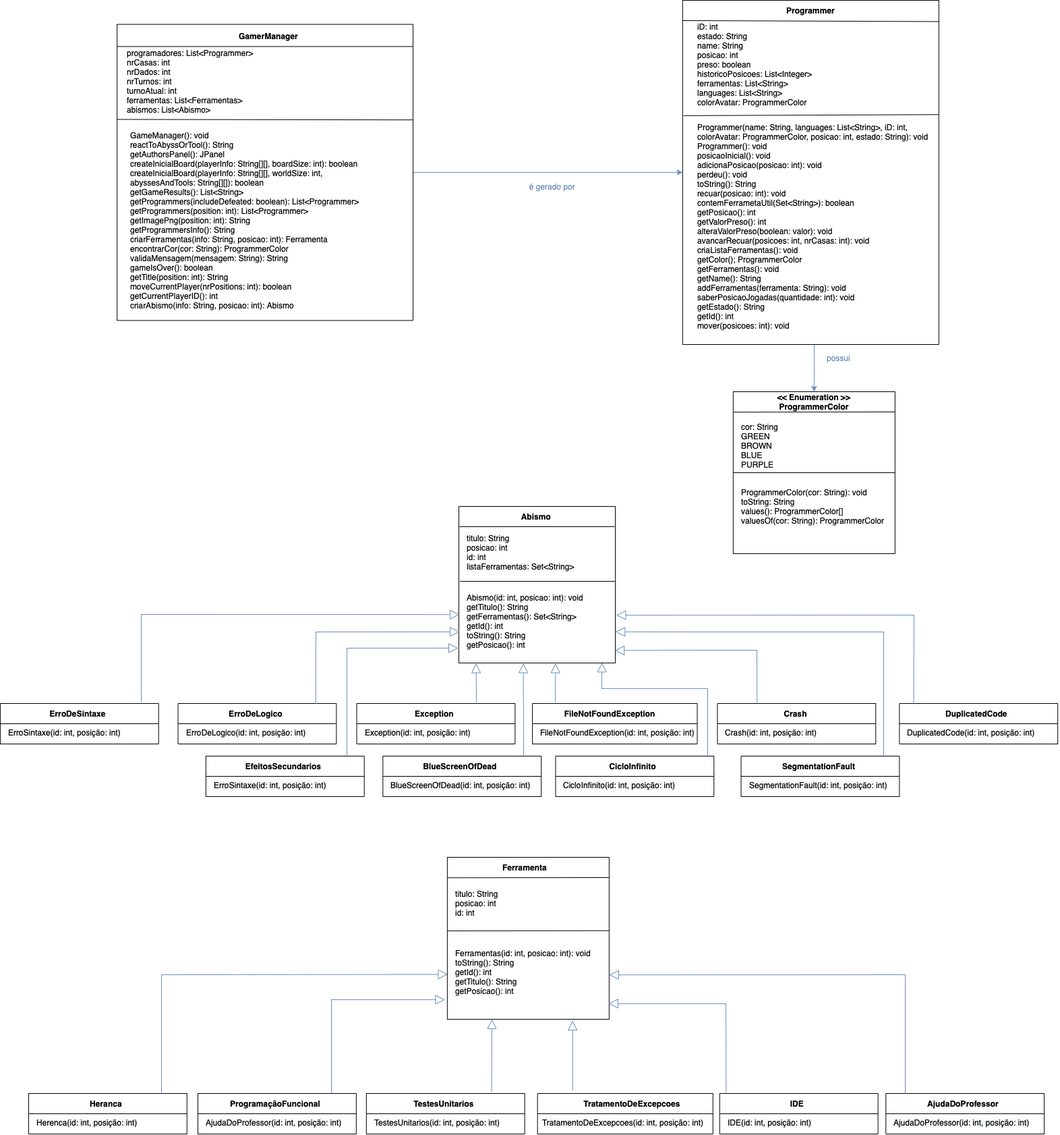
The draw.io diagram diagrama.png in tiagoagueda240/O-Grande-Jogo-do-DEISI, before a commit. Source tidied: cells renumbered, new cells last; positions are measured from the earlier drawing's top-left corner, leaving out a move shared by most shapes.
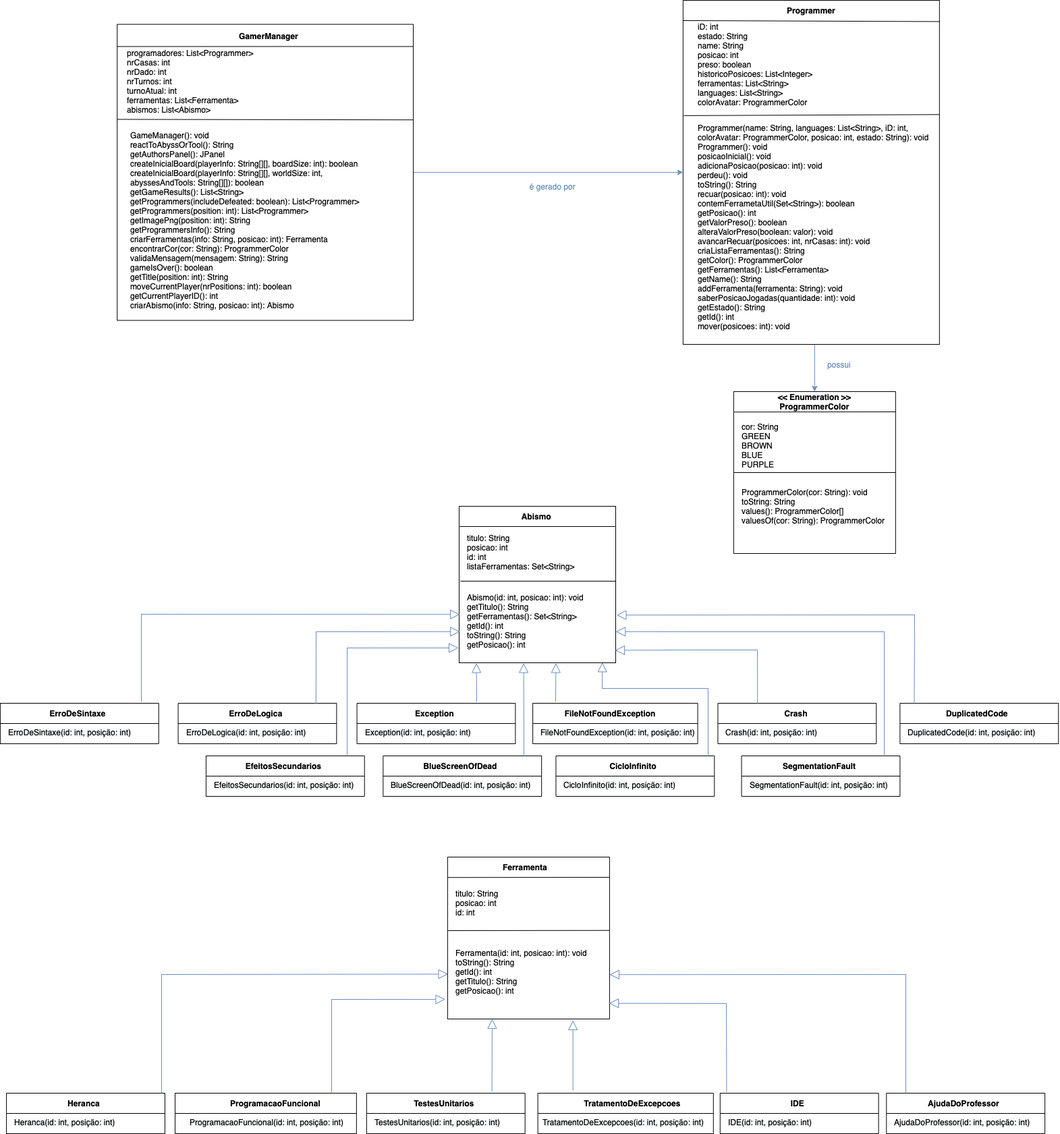
After the commit.

Diff of the diagram source:
```diff
@@ -28,7 +28,7 @@
     <mxCell id="8" value="iD: int&lt;br&gt;estado: String&lt;br&gt;name: String&lt;br&gt;posicao: int&lt;br&gt;preso: boolean&lt;br&gt;historicoPosicoes: List&amp;lt;Integer&amp;gt;&lt;br&gt;ferramentas: List&amp;lt;String&amp;gt;&lt;br&gt;languages: List&amp;lt;String&amp;gt;&lt;br&gt;colorAvatar: ProgrammerColor" style="text;html=1;strokeColor=none;fillColor=none;align=left;verticalAlign=middle;whiteSpace=wrap;rounded=0;" parent="1" vertex="1">
       <mxGeometry x="1031.8" y="50" width="260" height="90" as="geometry" />
     </mxCell>
-    <mxCell id="9" value="Programmer(name: String, languages: List&amp;lt;String&amp;gt;, iD: int, colorAvatar: ProgrammerColor, posicao: int, estado: String): void&lt;br&gt;Programmer(): void&lt;br&gt;posicaoInicial(): void&lt;br&gt;adicionaPosicao(posicao: int): void&lt;br&gt;perdeu(): void&lt;br&gt;toString(): String&lt;br&gt;recuar(posicao: int): void&lt;br&gt;contemFerrametaUtil(Set&amp;lt;String&amp;gt;): boolean&lt;br&gt;getPosicao(): int&lt;br&gt;getValorPreso(): int&lt;br&gt;alteraValorPreso(boolean: valor): void&lt;br&gt;avancarRecuar(posicoes: int, nrCasas: int): void&lt;br&gt;criaListaFerramentas(): void&lt;br&gt;getColor(); ProgrammerColor&lt;br&gt;getFerramentas(): void&lt;br&gt;getName(): String&lt;br&gt;addFerramentas(ferramenta: String): void&lt;br&gt;saberPosicaoJogadas(quantidade: int): void&lt;br&gt;getEstado(): String&lt;br&gt;getId(): int&lt;br&gt;mover(posicoes: int): void" style="text;html=1;strokeColor=none;fillColor=none;align=left;verticalAlign=middle;whiteSpace=wrap;rounded=0;" parent="1" vertex="1">
+    <mxCell id="9" value="Programmer(name: String, languages: List&amp;lt;String&amp;gt;, iD: int, colorAvatar: ProgrammerColor, posicao: int, estado: String): void&lt;br&gt;Programmer(): void&lt;br&gt;posicaoInicial(): void&lt;br&gt;adicionaPosicao(posicao: int): void&lt;br&gt;perdeu(): void&lt;br&gt;toString(): String&lt;br&gt;recuar(posicao: int): void&lt;br&gt;contemFerrametaUtil(Set&amp;lt;String&amp;gt;): boolean&lt;br&gt;getPosicao(): int&lt;br&gt;getValorPreso(): boolean&lt;br&gt;alteraValorPreso(boolean: valor): void&lt;br&gt;avancarRecuar(posicoes: int, nrCasas: int): void&lt;br&gt;criaListaFerramentas(): String&lt;br&gt;getColor(): ProgrammerColor&lt;br&gt;getFerramentas(): List&amp;lt;Ferramenta&amp;gt;&lt;br&gt;getName(): String&lt;br&gt;addFerramenta(ferramenta: String): void&lt;br&gt;saberPosicaoJogadas(quantidade: int): void&lt;br&gt;getEstado(): String&lt;br&gt;getId(): int&lt;br&gt;mover(posicoes: int): void" style="text;html=1;strokeColor=none;fillColor=none;align=left;verticalAlign=middle;whiteSpace=wrap;rounded=0;" parent="1" vertex="1">
       <mxGeometry x="1031.8" y="281" width="350" height="109" as="geometry" />
     </mxCell>
     <mxCell id="10" style="endArrow=none;html=1;rounded=0;entryX=0.999;entryY=0.332;entryDx=0;entryDy=0;entryPerimeter=0;" parent="1" edge="1" target="3">
@@ -36,7 +36,7 @@
         <mxPoint x="1013" y="170.9" as="sourcePoint" />
       </mxGeometry>
     </mxCell>
-    <mxCell id="11" value="programadores: List&amp;lt;Programmer&amp;gt;&lt;br&gt;nrCasas: int&lt;br&gt;nrDados: int&lt;br&gt;nrTurnos: int&lt;br&gt;turnoAtual: int&lt;br&gt;ferramentas: List&amp;lt;Ferramentas&amp;gt;&lt;br&gt;abismos: List&amp;lt;Abismo&amp;gt;" style="text;html=1;strokeColor=none;fillColor=none;align=left;verticalAlign=middle;whiteSpace=wrap;rounded=0;" parent="1" vertex="1">
+    <mxCell id="11" value="programadores: List&amp;lt;Programmer&amp;gt;&lt;br&gt;nrCasas: int&lt;br&gt;nrDado: int&lt;br&gt;nrTurnos: int&lt;br&gt;turnoAtual: int&lt;br&gt;ferramentas: List&amp;lt;Ferramenta&amp;gt;&lt;br&gt;abismos: List&amp;lt;Abismo&amp;gt;" style="text;html=1;strokeColor=none;fillColor=none;align=left;verticalAlign=middle;whiteSpace=wrap;rounded=0;" parent="1" vertex="1">
       <mxGeometry x="186.5" y="74.6" width="260" height="90" as="geometry" />
     </mxCell>
     <mxCell id="12" value="GameManager(): void&lt;br&gt;reactToAbyssOrTool(): String&lt;br&gt;getAuthorsPanel(): JPanel&lt;br&gt;createInicialBoard(playerInfo: String[][], boardSize: int): boolean&lt;br&gt;createInicialBoard(playerInfo: String[][], worldSize: int, abyssesAndTools: String[][]): boolean&lt;br&gt;getGameResults(): List&amp;lt;String&amp;gt;&lt;br&gt;getProgrammers(includeDefeated: boolean): List&amp;lt;Programmer&amp;gt;&lt;br&gt;getProgrammers(position: int): List&amp;lt;Programmer&amp;gt;&lt;br&gt;getImagePng(position: int): String&lt;br&gt;getProgrammersInfo(): String&lt;br&gt;criarFerramentas(info: String, posicao: int): Ferramenta&lt;br&gt;encontrarCor(cor: String): ProgrammerColor&lt;br&gt;validaMensagem(mensagem: String): String&lt;br&gt;gameIsOver(): boolean&lt;br&gt;getTitle(position: int): String&lt;br&gt;moveCurrentPlayer(nrPositions: int): boolean&lt;br&gt;getCurrentPlayerID(): int&lt;br&gt;criarAbismo(info: String, posicao: int): Abismo" style="text;html=1;strokeColor=none;fillColor=none;align=left;verticalAlign=middle;whiteSpace=wrap;rounded=0;" parent="1" vertex="1">
@@ -82,7 +82,7 @@
     <mxCell id="23" value="titulo: String&lt;br&gt;posicao: int&lt;br&gt;id: int" style="text;html=1;strokeColor=none;fillColor=none;align=left;verticalAlign=middle;whiteSpace=wrap;rounded=0;" parent="1" vertex="1">
       <mxGeometry x="672.9" y="1318" width="210" height="40" as="geometry" />
     </mxCell>
-    <mxCell id="24" value="Ferramentas(id: int, posicao: int): void&lt;br&gt;toString(): String&lt;br&gt;getId(): int&lt;br&gt;getTitulo(): String&lt;br&gt;getPosicao(): int" style="text;html=1;strokeColor=none;fillColor=none;align=left;verticalAlign=middle;whiteSpace=wrap;rounded=0;" parent="1" vertex="1">
+    <mxCell id="24" value="Ferramenta(id: int, posicao: int): void&lt;br&gt;toString(): String&lt;br&gt;getId(): int&lt;br&gt;getTitulo(): String&lt;br&gt;getPosicao(): int" style="text;html=1;strokeColor=none;fillColor=none;align=left;verticalAlign=middle;whiteSpace=wrap;rounded=0;" parent="1" vertex="1">
       <mxGeometry x="672.9" y="1390" width="210" height="100" as="geometry" />
     </mxCell>
     <mxCell id="25" style="endArrow=none;html=1;rounded=0;entryX=0.999;entryY=0.453;entryDx=0;entryDy=0;entryPerimeter=0;" parent="1" edge="1" target="21">
@@ -133,7 +133,7 @@
         <mxPoint x="-0.2" y="1072" as="sourcePoint" />
       </mxGeometry>
     </mxCell>
-    <mxCell id="36" value="&lt;span style=&quot;color: rgb(0 , 0 , 0) ; font-family: &amp;#34;helvetica&amp;#34; ; font-size: 12px ; font-style: normal ; font-weight: normal ; letter-spacing: normal ; text-align: center ; text-indent: 0px ; text-transform: none ; word-spacing: 0px ; background-color: rgb(248 , 249 , 250) ; text-decoration: none ; display: inline ; float: none&quot;&gt;ErroSintaxe(id: int, posição: int)&lt;/span&gt;" style="text;whiteSpace=wrap;html=1;" parent="1" vertex="1">
+    <mxCell id="36" value="&lt;span style=&quot;color: rgb(0 , 0 , 0) ; font-family: &amp;#34;helvetica&amp;#34; ; font-size: 12px ; font-style: normal ; font-weight: normal ; letter-spacing: normal ; text-align: center ; text-indent: 0px ; text-transform: none ; word-spacing: 0px ; background-color: rgb(248 , 249 , 250) ; text-decoration: none ; display: inline ; float: none&quot;&gt;ErroDeSintaxe(id: int, posição: int)&lt;/span&gt;" style="text;whiteSpace=wrap;html=1;" parent="1" vertex="1">
       <mxGeometry x="9.9" y="1072" width="214.8" height="30" as="geometry" />
     </mxCell>
     <mxCell id="37" style="rounded=0;whiteSpace=wrap;html=1;" parent="1" vertex="1">
@@ -231,13 +231,13 @@
         <mxPoint x="304.8" y="1150" as="sourcePoint" />
       </mxGeometry>
     </mxCell>
-    <mxCell id="64" value="&lt;span style=&quot;color: rgb(0 , 0 , 0) ; font-family: &amp;#34;helvetica&amp;#34; ; font-size: 12px ; font-style: normal ; font-weight: normal ; letter-spacing: normal ; text-align: center ; text-indent: 0px ; text-transform: none ; word-spacing: 0px ; background-color: rgb(248 , 249 , 250) ; text-decoration: none ; display: inline ; float: none&quot;&gt;ErroSintaxe(id: int, posição: int)&lt;/span&gt;" style="text;whiteSpace=wrap;html=1;" parent="1" vertex="1">
+    <mxCell id="64" value="&lt;span style=&quot;color: rgb(0 , 0 , 0) ; font-family: &amp;#34;helvetica&amp;#34; ; font-size: 12px ; font-style: normal ; font-weight: normal ; letter-spacing: normal ; text-align: center ; text-indent: 0px ; text-transform: none ; word-spacing: 0px ; background-color: rgb(248 , 249 , 250) ; text-decoration: none ; display: inline ; float: none&quot;&gt;EfeitosSecundarios(id: int, posição: int)&lt;/span&gt;" style="text;whiteSpace=wrap;html=1;" parent="1" vertex="1">
       <mxGeometry x="314.9" y="1150" width="214.8" height="30" as="geometry" />
     </mxCell>
     <mxCell id="65" style="rounded=0;whiteSpace=wrap;html=1;" parent="1" vertex="1">
       <mxGeometry x="263.5" y="1042" width="234.8" height="60" as="geometry" />
     </mxCell>
-    <mxCell id="66" value="&lt;b&gt;ErroDeLogico&lt;/b&gt;" style="text;html=1;strokeColor=none;fillColor=none;align=center;verticalAlign=middle;whiteSpace=wrap;rounded=0;" parent="1" vertex="1">
+    <mxCell id="66" value="&lt;b&gt;ErroDeLogica&lt;/b&gt;" style="text;html=1;strokeColor=none;fillColor=none;align=center;verticalAlign=middle;whiteSpace=wrap;rounded=0;" parent="1" vertex="1">
       <mxGeometry x="348.5" y="1042" width="60" height="30" as="geometry" />
     </mxCell>
     <mxCell id="67" style="endArrow=none;html=1;rounded=0;entryX=1;entryY=0.5;entryDx=0;entryDy=0;" parent="1" edge="1" target="65">
@@ -245,7 +245,7 @@
         <mxPoint x="263.5" y="1072" as="sourcePoint" />
       </mxGeometry>
     </mxCell>
-    <mxCell id="68" value="&lt;span style=&quot;color: rgb(0 , 0 , 0) ; font-family: &amp;#34;helvetica&amp;#34; ; font-size: 12px ; font-style: normal ; font-weight: normal ; letter-spacing: normal ; text-align: center ; text-indent: 0px ; text-transform: none ; word-spacing: 0px ; background-color: rgb(248 , 249 , 250) ; text-decoration: none ; display: inline ; float: none&quot;&gt;ErroDeLogico(id: int, posição: int)&lt;/span&gt;" style="text;whiteSpace=wrap;html=1;" parent="1" vertex="1">
+    <mxCell id="68" value="&lt;span style=&quot;color: rgb(0 , 0 , 0) ; font-family: &amp;#34;helvetica&amp;#34; ; font-size: 12px ; font-style: normal ; font-weight: normal ; letter-spacing: normal ; text-align: center ; text-indent: 0px ; text-transform: none ; word-spacing: 0px ; background-color: rgb(248 , 249 , 250) ; text-decoration: none ; display: inline ; float: none&quot;&gt;ErroDeLogica(id: int, posição: int)&lt;/span&gt;" style="text;whiteSpace=wrap;html=1;" parent="1" vertex="1">
       <mxGeometry x="273.5" y="1072" width="214.8" height="30" as="geometry" />
     </mxCell>
     <mxCell id="69" style="rounded=0;whiteSpace=wrap;html=1;" parent="1" vertex="1">
@@ -261,18 +261,18 @@
       <mxGeometry x="801.6" y="1650" width="250.2" height="30" as="geometry" />
     </mxCell>
     <mxCell id="73" style="rounded=0;whiteSpace=wrap;html=1;" parent="1" vertex="1">
-      <mxGeometry x="42" y="1620" width="234.8" height="60" as="geometry" />
+      <mxGeometry x="9.1" y="1620" width="234.8" height="60" as="geometry" />
     </mxCell>
     <mxCell id="74" value="&lt;b&gt;Heranca&lt;/b&gt;" style="text;html=1;strokeColor=none;fillColor=none;align=center;verticalAlign=middle;whiteSpace=wrap;rounded=0;" parent="1" vertex="1">
-      <mxGeometry x="127" y="1620" width="60" height="30" as="geometry" />
+      <mxGeometry x="94.1" y="1620" width="60" height="30" as="geometry" />
     </mxCell>
     <mxCell id="75" style="endArrow=none;html=1;rounded=0;entryX=1;entryY=0.5;entryDx=0;entryDy=0;" parent="1" edge="1" target="73">
       <mxGeometry relative="1" as="geometry">
-        <mxPoint x="41.9" y="1650" as="sourcePoint" />
+        <mxPoint x="9" y="1650" as="sourcePoint" />
       </mxGeometry>
     </mxCell>
-    <mxCell id="76" value="&lt;span style=&quot;color: rgb(0 , 0 , 0) ; font-family: &amp;#34;helvetica&amp;#34; ; font-size: 12px ; font-style: normal ; font-weight: normal ; letter-spacing: normal ; text-align: center ; text-indent: 0px ; text-transform: none ; word-spacing: 0px ; background-color: rgb(248 , 249 , 250) ; text-decoration: none ; display: inline ; float: none&quot;&gt;Herenca(id: int, posição: int)&lt;/span&gt;" style="text;whiteSpace=wrap;html=1;" parent="1" vertex="1">
-      <mxGeometry x="52" y="1650" width="214.8" height="30" as="geometry" />
+    <mxCell id="76" value="&lt;span style=&quot;color: rgb(0 , 0 , 0) ; font-family: &amp;#34;helvetica&amp;#34; ; font-size: 12px ; font-style: normal ; font-weight: normal ; letter-spacing: normal ; text-align: center ; text-indent: 0px ; text-transform: none ; word-spacing: 0px ; background-color: rgb(248 , 249 , 250) ; text-decoration: none ; display: inline ; float: none&quot;&gt;Heranca(id: int, posição: int)&lt;/span&gt;" style="text;whiteSpace=wrap;html=1;" parent="1" vertex="1">
+      <mxGeometry x="19.1" y="1650" width="214.8" height="30" as="geometry" />
     </mxCell>
     <mxCell id="77" style="rounded=0;whiteSpace=wrap;html=1;" parent="1" vertex="1">
       <mxGeometry x="1313.3" y="1620" width="234.8" height="60" as="geometry" />
@@ -342,21 +342,19 @@
       </mxGeometry>
     </mxCell>
     <mxCell id="95" value="&lt;font color=&quot;#6c8ebf&quot;&gt;possui&lt;/font&gt;" style="text;html=1;align=center;verticalAlign=middle;strokeColor=none;fillColor=none;" parent="1" vertex="1">
-      <mxGeometry x="1217.9" y="520" width="50" height="20" as="geometry" />
+      <mxGeometry x="1217.9" y="530" width="50" height="20" as="geometry" />
     </mxCell>
     <mxCell id="96" style="rounded=0;whiteSpace=wrap;html=1;" parent="1" vertex="1">
-      <mxGeometry x="293" y="1620" width="234.8" height="60" as="geometry" />
+      <mxGeometry x="259" y="1620" width="268.8" height="60" as="geometry" />
     </mxCell>
-    <mxCell id="97" value="&lt;b&gt;ProgramaçãoFuncional&lt;/b&gt;" style="text;html=1;strokeColor=none;fillColor=none;align=center;verticalAlign=middle;whiteSpace=wrap;rounded=0;" parent="1" vertex="1">
+    <mxCell id="97" value="&lt;b&gt;ProgramacaoFuncional&lt;/b&gt;" style="text;html=1;strokeColor=none;fillColor=none;align=center;verticalAlign=middle;whiteSpace=wrap;rounded=0;" parent="1" vertex="1">
       <mxGeometry x="378" y="1620" width="60" height="30" as="geometry" />
     </mxCell>
-    <mxCell id="98" style="endArrow=none;html=1;rounded=0;entryX=1;entryY=0.5;entryDx=0;entryDy=0;" parent="1" edge="1" target="96">
-      <mxGeometry relative="1" as="geometry">
-        <mxPoint x="292.9" y="1650" as="sourcePoint" />
-      </mxGeometry>
+    <mxCell id="98" style="endArrow=none;html=1;rounded=0;entryX=1;entryY=0.5;entryDx=0;entryDy=0;exitX=0;exitY=0.5;exitDx=0;exitDy=0;" parent="1" edge="1" source="96" target="96">
+      <mxGeometry relative="1" as="geometry" />
     </mxCell>
-    <mxCell id="99" value="&lt;span style=&quot;color: rgb(0 , 0 , 0) ; font-family: &amp;#34;helvetica&amp;#34; ; font-size: 12px ; font-style: normal ; font-weight: normal ; letter-spacing: normal ; text-align: center ; text-indent: 0px ; text-transform: none ; word-spacing: 0px ; background-color: rgb(248 , 249 , 250) ; text-decoration: none ; display: inline ; float: none&quot;&gt;AjudaDoProfessor(id: int, posição: int)&lt;/span&gt;" style="text;whiteSpace=wrap;html=1;" parent="1" vertex="1">
-      <mxGeometry x="303" y="1650" width="214.8" height="30" as="geometry" />
+    <mxCell id="99" value="&lt;span style=&quot;color: rgb(0 , 0 , 0) ; font-family: &amp;#34;helvetica&amp;#34; ; font-size: 12px ; font-style: normal ; font-weight: normal ; letter-spacing: normal ; text-align: center ; text-indent: 0px ; text-transform: none ; word-spacing: 0px ; background-color: rgb(248 , 249 , 250) ; text-decoration: none ; display: inline ; float: none&quot;&gt;ProgramacaoFuncional(id: int, posição: int)&lt;/span&gt;" style="text;whiteSpace=wrap;html=1;" parent="1" vertex="1">
+      <mxGeometry x="278.8" y="1650" width="238.8" height="30" as="geometry" />
     </mxCell>
     <mxCell id="100" style="endArrow=block;endFill=0;endSize=12;html=1;rounded=0;fillColor=#dae8fc;strokeColor=#6c8ebf;exitX=0.791;exitY=-0.039;exitDx=0;exitDy=0;exitPerimeter=0;" parent="1" edge="1" source="81">
       <mxGeometry relative="1" as="geometry">
```
